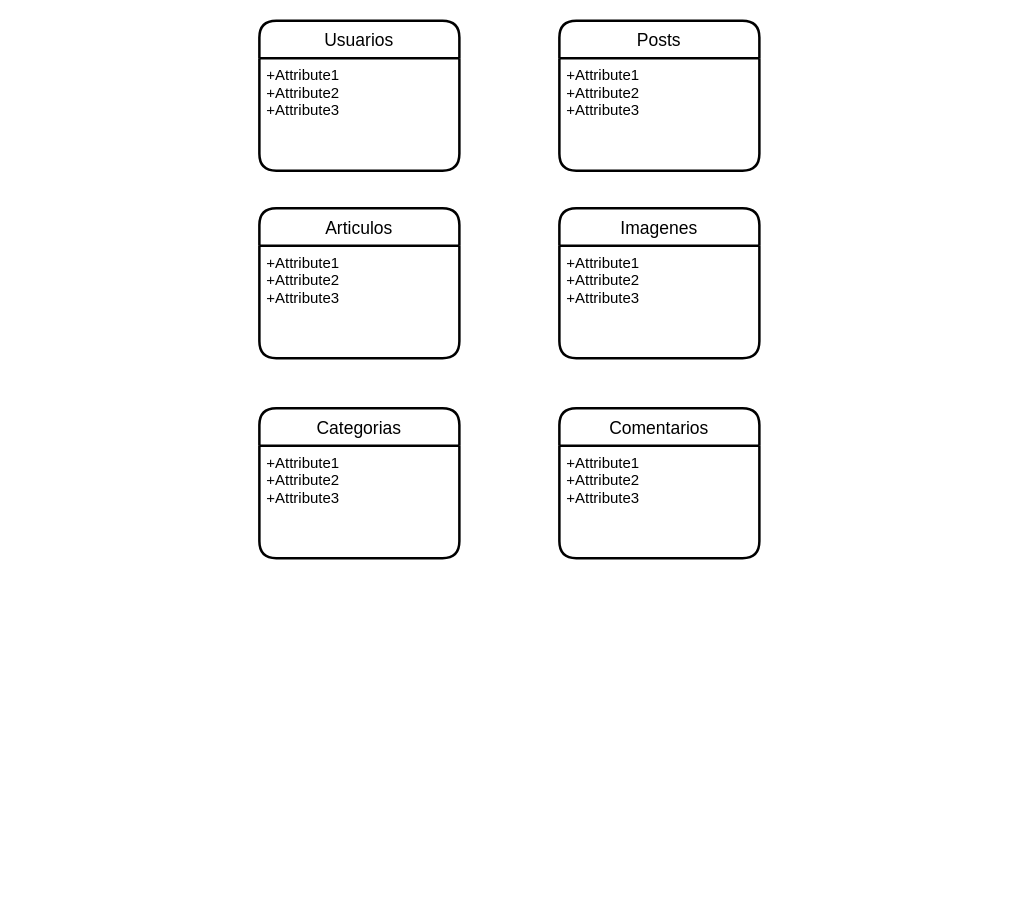
The draw.io diagram Untitled Diagram.drawio in edufdev/BDD, before the edit. Source tidied: cells renumbered, new cells numbered last; positions are measured from the earlier drawing's top-left corner, leaving out a move shared by most shapes. Both pictures are drawn from the tidied source at 125%, with x=0, y=0 at pixel (259, 20).
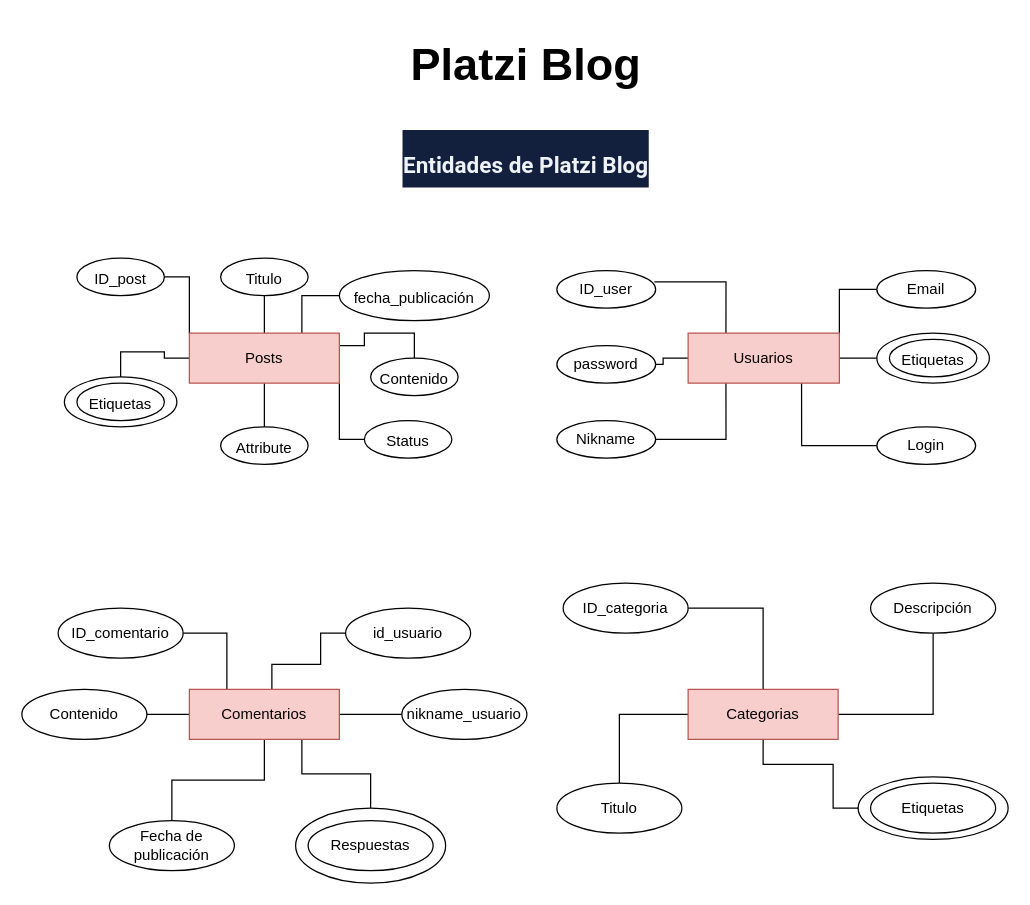
The same page after the edit.

Commit message:
Terminando Entidades de Platzi Blog

The edit, as a diff of the source:
```diff
@@
+    <mxCell id="14" style="edgeStyle=orthogonalEdgeStyle;rounded=0;jettySize=auto;html=1;exitX=0;exitY=0;exitDx=0;exitDy=0;entryX=1;entryY=0.5;entryDx=0;entryDy=0;fontSize=12;endArrow=none;endFill=0;" parent="1" edge="1" source="4" target="36">
+      <mxGeometry relative="1" as="geometry" />
+    </mxCell>
+    <mxCell id="15" style="edgeStyle=orthogonalEdgeStyle;rounded=0;jettySize=auto;html=1;exitX=0.5;exitY=0;exitDx=0;exitDy=0;entryX=0.5;entryY=1;entryDx=0;entryDy=0;fontSize=12;endArrow=none;endFill=0;" parent="1" edge="1" source="4" target="35">
+      <mxGeometry relative="1" as="geometry" />
+    </mxCell>
+    <mxCell id="16" style="edgeStyle=orthogonalEdgeStyle;rounded=0;jettySize=auto;html=1;exitX=0.75;exitY=0;exitDx=0;exitDy=0;entryX=0;entryY=0.5;entryDx=0;entryDy=0;fontSize=12;endArrow=none;endFill=0;" parent="1" edge="1" source="4" target="37">
+      <mxGeometry relative="1" as="geometry" />
+    </mxCell>
+    <mxCell id="17" style="edgeStyle=orthogonalEdgeStyle;rounded=0;jettySize=auto;html=1;exitX=1;exitY=0.25;exitDx=0;exitDy=0;entryX=0.5;entryY=0;entryDx=0;entryDy=0;fontSize=12;endArrow=none;endFill=0;" parent="1" edge="1" source="4" target="38">
+      <mxGeometry relative="1" as="geometry" />
+    </mxCell>
+    <mxCell id="18" style="edgeStyle=orthogonalEdgeStyle;rounded=0;jettySize=auto;html=1;exitX=0.5;exitY=1;exitDx=0;exitDy=0;entryX=0.5;entryY=0;entryDx=0;entryDy=0;fontSize=12;endArrow=none;endFill=0;" parent="1" edge="1" source="4" target="39">
+      <mxGeometry relative="1" as="geometry" />
+    </mxCell>
+    <mxCell id="19" style="edgeStyle=orthogonalEdgeStyle;rounded=0;jettySize=auto;html=1;exitX=1;exitY=1;exitDx=0;exitDy=0;entryX=0;entryY=0.5;entryDx=0;entryDy=0;fontSize=12;endArrow=none;endFill=0;" parent="1" edge="1" source="4" target="40">
+      <mxGeometry relative="1" as="geometry" />
+    </mxCell>
+    <mxCell id="20" style="edgeStyle=orthogonalEdgeStyle;rounded=0;jettySize=auto;html=1;entryX=0.5;entryY=0;entryDx=0;entryDy=0;fontSize=12;endArrow=none;endFill=0;" parent="1" edge="1" source="4" target="42">
+      <mxGeometry relative="1" as="geometry" />
+    </mxCell>
+    <mxCell id="4" value="Posts" style="whiteSpace=wrap;html=1;align=center;fillColor=#f8cecc;strokeColor=#b85450;" parent="1" vertex="1">
+      <mxGeometry x="-56" y="250" width="120" height="40" as="geometry" />
+    </mxCell>
+    <mxCell id="21" style="edgeStyle=orthogonalEdgeStyle;rounded=0;jettySize=auto;html=1;entryX=1;entryY=0.5;entryDx=0;entryDy=0;fontSize=12;endArrow=none;endFill=0;" parent="1" edge="1" source="2" target="46">
+      <mxGeometry relative="1" as="geometry" />
+    </mxCell>
+    <mxCell id="22" style="edgeStyle=orthogonalEdgeStyle;rounded=0;jettySize=auto;html=1;exitX=0.25;exitY=0;exitDx=0;exitDy=0;entryX=0.987;entryY=0.3;entryDx=0;entryDy=0;entryPerimeter=0;fontSize=12;endArrow=none;endFill=0;" parent="1" edge="1" source="2" target="44">
+      <mxGeometry relative="1" as="geometry" />
+    </mxCell>
+    <mxCell id="23" style="edgeStyle=orthogonalEdgeStyle;rounded=0;jettySize=auto;html=1;exitX=0.25;exitY=1;exitDx=0;exitDy=0;entryX=1;entryY=0.5;entryDx=0;entryDy=0;fontSize=12;endArrow=none;endFill=0;" parent="1" edge="1" source="2" target="47">
+      <mxGeometry relative="1" as="geometry" />
+    </mxCell>
+    <mxCell id="24" style="edgeStyle=orthogonalEdgeStyle;rounded=0;jettySize=auto;html=1;exitX=0.75;exitY=1;exitDx=0;exitDy=0;entryX=0;entryY=0.5;entryDx=0;entryDy=0;fontSize=12;endArrow=none;endFill=0;" parent="1" edge="1" source="2" target="48">
+      <mxGeometry relative="1" as="geometry" />
+    </mxCell>
+    <mxCell id="25" style="edgeStyle=orthogonalEdgeStyle;rounded=0;jettySize=auto;html=1;entryX=0;entryY=0.5;entryDx=0;entryDy=0;fontSize=12;endArrow=none;endFill=0;" parent="1" edge="1" source="2" target="50">
+      <mxGeometry relative="1" as="geometry" />
+    </mxCell>
+    <mxCell id="26" style="edgeStyle=orthogonalEdgeStyle;rounded=0;jettySize=auto;html=1;exitX=1;exitY=0;exitDx=0;exitDy=0;entryX=0;entryY=0.5;entryDx=0;entryDy=0;fontSize=12;endArrow=none;endFill=0;" parent="1" edge="1" source="2" target="45">
+      <mxGeometry relative="1" as="geometry" />
+    </mxCell>
-    <mxCell id="2" value="Usuarios" style="swimlane;horizontal=1;startSize=30;rounded=1;fontSize=14;fontStyle=0;strokeWidth=2;shadow=0;dashed=0;align=center;" parent="1" vertex="1">
-      <mxGeometry width="160" height="120" as="geometry" />
+    <mxCell id="2" value="Usuarios" style="whiteSpace=wrap;html=1;align=center;fillColor=#f8cecc;strokeColor=#b85450;" parent="1" vertex="1">
+      <mxGeometry x="343" y="250" width="121" height="40" as="geometry" />
     </mxCell>
-    <mxCell id="3" value="+Attribute1&#10;+Attribute2&#10;+Attribute3" style="align=left;strokeColor=none;fillColor=none;spacingLeft=4;fontSize=12;verticalAlign=top;" parent="2" vertex="1">
-      <mxGeometry y="30" width="160" height="90" as="geometry" />
-    </mxCell>
-    <mxCell id="4" value="Posts" style="swimlane;horizontal=1;startSize=30;rounded=1;fontSize=14;fontStyle=0;strokeWidth=2;shadow=0;dashed=0;align=center;" parent="1" vertex="1">
-      <mxGeometry x="240" width="160" height="120" as="geometry" />
-    </mxCell>
-    <mxCell id="5" value="+Attribute1&#10;+Attribute2&#10;+Attribute3" style="align=left;strokeColor=none;fillColor=none;spacingLeft=4;fontSize=12;verticalAlign=top;" parent="4" vertex="1">
-      <mxGeometry y="30" width="160" height="90" as="geometry" />
-    </mxCell>
-    <mxCell id="6" value="Articulos" style="swimlane;horizontal=1;startSize=30;rounded=1;fontSize=14;fontStyle=0;strokeWidth=2;shadow=0;dashed=0;align=center;" parent="1" vertex="1">
-      <mxGeometry y="150" width="160" height="120" as="geometry" />
-    </mxCell>
-    <mxCell id="7" value="+Attribute1&#10;+Attribute2&#10;+Attribute3" style="align=left;strokeColor=none;fillColor=none;spacingLeft=4;fontSize=12;verticalAlign=top;" parent="6" vertex="1">
-      <mxGeometry y="30" width="160" height="90" as="geometry" />
-    </mxCell>
-    <mxCell id="8" value="Imagenes" style="swimlane;horizontal=1;startSize=30;rounded=1;fontSize=14;fontStyle=0;strokeWidth=2;shadow=0;dashed=0;align=center;" parent="1" vertex="1">
-      <mxGeometry x="240" y="150" width="160" height="120" as="geometry" />
-    </mxCell>
-    <mxCell id="9" value="+Attribute1&#10;+Attribute2&#10;+Attribute3" style="align=left;strokeColor=none;fillColor=none;spacingLeft=4;fontSize=12;verticalAlign=top;" parent="8" vertex="1">
-      <mxGeometry y="30" width="160" height="90" as="geometry" />
-    </mxCell>
+    <mxCell id="27" style="edgeStyle=orthogonalEdgeStyle;rounded=0;jettySize=auto;html=1;entryX=0;entryY=0.5;entryDx=0;entryDy=0;fontSize=12;endArrow=none;endFill=0;" parent="1" edge="1" source="12" target="54">
+      <mxGeometry relative="1" as="geometry">
+        <Array as="points">
+          <mxPoint x="10" y="515" />
+          <mxPoint x="49" y="515" />
+          <mxPoint x="49" y="490" />
+        </Array>
+      </mxGeometry>
+    </mxCell>
+    <mxCell id="28" style="edgeStyle=orthogonalEdgeStyle;rounded=0;jettySize=auto;html=1;exitX=1;exitY=0.5;exitDx=0;exitDy=0;entryX=0;entryY=0.5;entryDx=0;entryDy=0;fontSize=12;endArrow=none;endFill=0;" parent="1" edge="1" source="12" target="55">
+      <mxGeometry relative="1" as="geometry" />
+    </mxCell>
+    <mxCell id="29" style="edgeStyle=orthogonalEdgeStyle;rounded=0;jettySize=auto;html=1;entryX=0.5;entryY=0;entryDx=0;entryDy=0;fontSize=12;endArrow=none;endFill=0;" parent="1" edge="1" source="12" target="56">
+      <mxGeometry relative="1" as="geometry" />
+    </mxCell>
+    <mxCell id="30" style="edgeStyle=orthogonalEdgeStyle;rounded=0;jettySize=auto;html=1;entryX=1;entryY=0.5;entryDx=0;entryDy=0;fontSize=12;endArrow=none;endFill=0;" parent="1" edge="1" source="12" target="53">
+      <mxGeometry relative="1" as="geometry" />
+    </mxCell>
+    <mxCell id="31" style="edgeStyle=orthogonalEdgeStyle;rounded=0;jettySize=auto;html=1;exitX=0.25;exitY=0;exitDx=0;exitDy=0;entryX=1;entryY=0.5;entryDx=0;entryDy=0;fontSize=12;endArrow=none;endFill=0;" parent="1" edge="1" source="12" target="52">
+      <mxGeometry relative="1" as="geometry" />
+    </mxCell>
+    <mxCell id="32" style="edgeStyle=orthogonalEdgeStyle;rounded=0;jettySize=auto;html=1;exitX=0.75;exitY=1;exitDx=0;exitDy=0;entryX=0.5;entryY=0;entryDx=0;entryDy=0;fontSize=12;endArrow=none;endFill=0;" parent="1" edge="1" source="12" target="65">
+      <mxGeometry relative="1" as="geometry" />
+    </mxCell>
+    <mxCell id="12" value="Comentarios" style="whiteSpace=wrap;html=1;align=center;fillColor=#f8cecc;strokeColor=#b85450;" parent="1" vertex="1">
+      <mxGeometry x="-56" y="535" width="120" height="40" as="geometry" />
+    </mxCell>
+    <mxCell id="33" value="&lt;font style=&quot;font-size: 36px&quot;&gt;&lt;b&gt;Platzi Blog&lt;/b&gt;&lt;/font&gt;" style="text;html=1;strokeColor=none;fillColor=none;align=center;verticalAlign=middle;whiteSpace=wrap;rounded=0;" parent="1" vertex="1">
+      <mxGeometry x="103" y="20" width="221" height="30" as="geometry" />
+    </mxCell>
+    <mxCell id="34" value="&lt;h1 style=&quot;margin: 0.67em 0px ; line-height: 2.25rem ; color: rgb(239 , 243 , 248) ; font-family: &amp;#34;roboto&amp;#34; , sans-serif ; background-color: rgb(18 , 31 , 61)&quot;&gt;&lt;font style=&quot;font-size: 18px&quot;&gt;Entidades de Platzi Blog&lt;/font&gt;&lt;/h1&gt;" style="text;html=1;align=center;verticalAlign=middle;whiteSpace=wrap;rounded=0;fontSize=24;" parent="1" vertex="1">
+      <mxGeometry x="108" y="90" width="211" height="40" as="geometry" />
+    </mxCell>
+    <mxCell id="35" value="&lt;font style=&quot;font-size: 12px&quot;&gt;Titulo&lt;/font&gt;" style="ellipse;whiteSpace=wrap;html=1;align=center;fontSize=18;" parent="1" vertex="1">
+      <mxGeometry x="-31" y="190" width="70" height="30" as="geometry" />
+    </mxCell>
+    <mxCell id="36" value="&lt;font style=&quot;font-size: 12px&quot;&gt;ID_post&lt;/font&gt;" style="ellipse;whiteSpace=wrap;html=1;align=center;fontSize=18;" parent="1" vertex="1">
+      <mxGeometry x="-146" y="190" width="70" height="30" as="geometry" />
+    </mxCell>
+    <mxCell id="37" value="&lt;font style=&quot;font-size: 12px&quot;&gt;fecha_publicación&lt;/font&gt;" style="ellipse;whiteSpace=wrap;html=1;align=center;fontSize=18;" parent="1" vertex="1">
+      <mxGeometry x="64" y="200" width="120" height="40" as="geometry" />
+    </mxCell>
+    <mxCell id="38" value="&lt;font style=&quot;font-size: 12px&quot;&gt;Contenido&lt;/font&gt;" style="ellipse;whiteSpace=wrap;html=1;align=center;fontSize=18;" parent="1" vertex="1">
+      <mxGeometry x="89" y="270" width="70" height="30" as="geometry" />
+    </mxCell>
+    <mxCell id="39" value="&lt;font style=&quot;font-size: 12px&quot;&gt;Attribute&lt;/font&gt;" style="ellipse;whiteSpace=wrap;html=1;align=center;fontSize=18;" parent="1" vertex="1">
+      <mxGeometry x="-31" y="325" width="70" height="30" as="geometry" />
+    </mxCell>
+    <mxCell id="40" value="&lt;font style=&quot;font-size: 12px&quot;&gt;Status&lt;/font&gt;" style="ellipse;whiteSpace=wrap;html=1;align=center;fontSize=18;" parent="1" vertex="1">
+      <mxGeometry x="84" y="320" width="70" height="30" as="geometry" />
+    </mxCell>
+    <mxCell id="41" style="group;" parent="1" vertex="1">
+      <mxGeometry x="-156" y="285" width="90" height="40" as="geometry" />
+    </mxCell>
+    <mxCell id="42" style="ellipse;whiteSpace=wrap;html=1;align=center;fontSize=18;" parent="41" vertex="1">
+      <mxGeometry width="90" height="40" as="geometry" />
+    </mxCell>
+    <mxCell id="43" value="&lt;font style=&quot;font-size: 12px&quot;&gt;Etiquetas&lt;/font&gt;" style="ellipse;whiteSpace=wrap;html=1;align=center;fontSize=18;" parent="41" vertex="1">
+      <mxGeometry x="10" y="5" width="70" height="30" as="geometry" />
+    </mxCell>
+    <mxCell id="44" value="ID_user" style="ellipse;whiteSpace=wrap;html=1;align=center;fontSize=12;gradientColor=none;" parent="1" vertex="1">
+      <mxGeometry x="238" y="200" width="79" height="30" as="geometry" />
+    </mxCell>
+    <mxCell id="45" value="Email" style="ellipse;whiteSpace=wrap;html=1;align=center;fontSize=12;gradientColor=none;" parent="1" vertex="1">
+      <mxGeometry x="494" y="200" width="79" height="30" as="geometry" />
+    </mxCell>
+    <mxCell id="46" value="password" style="ellipse;whiteSpace=wrap;html=1;align=center;fontSize=12;gradientColor=none;" parent="1" vertex="1">
+      <mxGeometry x="238" y="260" width="79" height="30" as="geometry" />
+    </mxCell>
+    <mxCell id="47" value="Nikname" style="ellipse;whiteSpace=wrap;html=1;align=center;fontSize=12;gradientColor=none;" parent="1" vertex="1">
+      <mxGeometry x="238" y="320" width="79" height="30" as="geometry" />
+    </mxCell>
+    <mxCell id="48" value="Login" style="ellipse;whiteSpace=wrap;html=1;align=center;fontSize=12;gradientColor=none;" parent="1" vertex="1">
+      <mxGeometry x="494" y="325" width="79" height="30" as="geometry" />
+    </mxCell>
+    <mxCell id="49" style="group;" parent="1" vertex="1">
+      <mxGeometry x="494" y="250" width="90" height="40" as="geometry" />
+    </mxCell>
+    <mxCell id="50" style="ellipse;whiteSpace=wrap;html=1;align=center;fontSize=18;" parent="49" vertex="1">
+      <mxGeometry width="90" height="40" as="geometry" />
+    </mxCell>
+    <mxCell id="51" value="&lt;font style=&quot;font-size: 12px&quot;&gt;Etiquetas&lt;/font&gt;" style="ellipse;whiteSpace=wrap;html=1;align=center;fontSize=18;" parent="49" vertex="1">
+      <mxGeometry x="10" y="5" width="70" height="30" as="geometry" />
+    </mxCell>
+    <mxCell id="52" value="ID_comentario" style="ellipse;whiteSpace=wrap;html=1;align=center;fontSize=12;fillColor=default;gradientColor=none;" parent="1" vertex="1">
+      <mxGeometry x="-161" y="470" width="100" height="40" as="geometry" />
+    </mxCell>
+    <mxCell id="53" value="Contenido" style="ellipse;whiteSpace=wrap;html=1;align=center;fontSize=12;fillColor=default;gradientColor=none;" parent="1" vertex="1">
+      <mxGeometry x="-190" y="535" width="100" height="40" as="geometry" />
+    </mxCell>
+    <mxCell id="54" value="id_usuario" style="ellipse;whiteSpace=wrap;html=1;align=center;fontSize=12;fillColor=default;gradientColor=none;" parent="1" vertex="1">
+      <mxGeometry x="69" y="470" width="100" height="40" as="geometry" />
+    </mxCell>
+    <mxCell id="55" value="nikname_usuario" style="ellipse;whiteSpace=wrap;html=1;align=center;fontSize=12;fillColor=default;gradientColor=none;" parent="1" vertex="1">
+      <mxGeometry x="114" y="535" width="100" height="40" as="geometry" />
+    </mxCell>
+    <mxCell id="56" value="Fecha de publicación" style="ellipse;whiteSpace=wrap;html=1;align=center;fontSize=12;fillColor=default;gradientColor=none;" parent="1" vertex="1">
+      <mxGeometry x="-120" y="640" width="100" height="40" as="geometry" />
+    </mxCell>
+    <mxCell id="57" style="edgeStyle=orthogonalEdgeStyle;rounded=0;jettySize=auto;html=1;entryX=1;entryY=0.5;entryDx=0;entryDy=0;fontSize=12;endArrow=none;endFill=0;" parent="1" edge="1" source="10" target="61">
+      <mxGeometry relative="1" as="geometry" />
+    </mxCell>
+    <mxCell id="58" style="edgeStyle=orthogonalEdgeStyle;rounded=0;jettySize=auto;html=1;entryX=0.5;entryY=0;entryDx=0;entryDy=0;fontSize=12;endArrow=none;endFill=0;" parent="1" edge="1" source="10" target="62">
+      <mxGeometry relative="1" as="geometry" />
+    </mxCell>
+    <mxCell id="59" style="edgeStyle=orthogonalEdgeStyle;rounded=0;jettySize=auto;html=1;entryX=0;entryY=0.5;entryDx=0;entryDy=0;fontSize=12;endArrow=none;endFill=0;" parent="1" edge="1" source="10" target="68">
+      <mxGeometry relative="1" as="geometry">
+        <Array as="points">
+          <mxPoint x="403" y="595" />
+          <mxPoint x="459" y="595" />
+          <mxPoint x="459" y="630" />
+        </Array>
+      </mxGeometry>
+    </mxCell>
+    <mxCell id="60" style="edgeStyle=orthogonalEdgeStyle;rounded=0;jettySize=auto;html=1;entryX=0.5;entryY=1;entryDx=0;entryDy=0;fontSize=12;endArrow=none;endFill=0;" parent="1" edge="1" source="10" target="63">
+      <mxGeometry relative="1" as="geometry" />
+    </mxCell>
-    <mxCell id="10" value="Categorias" style="swimlane;horizontal=1;startSize=30;rounded=1;fontSize=14;fontStyle=0;strokeWidth=2;shadow=0;dashed=0;align=center;" parent="1" vertex="1">
-      <mxGeometry y="310" width="160" height="120" as="geometry" />
+    <mxCell id="10" value="Categorias" style="whiteSpace=wrap;html=1;align=center;fillColor=#f8cecc;strokeColor=#b85450;" parent="1" vertex="1">
+      <mxGeometry x="343" y="535" width="120" height="40" as="geometry" />
     </mxCell>
-    <mxCell id="11" value="+Attribute1&#10;+Attribute2&#10;+Attribute3" style="align=left;strokeColor=none;fillColor=none;spacingLeft=4;fontSize=12;verticalAlign=top;" parent="10" vertex="1">
-      <mxGeometry y="30" width="160" height="90" as="geometry" />
-    </mxCell>
-    <mxCell id="12" value="Comentarios" style="swimlane;horizontal=1;startSize=30;rounded=1;fontSize=14;fontStyle=0;strokeWidth=2;shadow=0;dashed=0;align=center;" parent="1" vertex="1">
-      <mxGeometry x="240" y="310" width="160" height="120" as="geometry" />
-    </mxCell>
-    <mxCell id="13" value="+Attribute1&#10;+Attribute2&#10;+Attribute3" style="align=left;strokeColor=none;fillColor=none;spacingLeft=4;fontSize=12;verticalAlign=top;" parent="12" vertex="1">
-      <mxGeometry y="30" width="160" height="90" as="geometry" />
-    </mxCell>
+    <mxCell id="61" value="ID_categoria" style="ellipse;whiteSpace=wrap;html=1;align=center;fontSize=12;fillColor=default;gradientColor=none;" parent="1" vertex="1">
+      <mxGeometry x="243" y="450" width="100" height="40" as="geometry" />
+    </mxCell>
+    <mxCell id="62" value="Titulo" style="ellipse;whiteSpace=wrap;html=1;align=center;fontSize=12;fillColor=default;gradientColor=none;" parent="1" vertex="1">
+      <mxGeometry x="238" y="610" width="100" height="40" as="geometry" />
+    </mxCell>
+    <mxCell id="63" value="Descripción" style="ellipse;whiteSpace=wrap;html=1;align=center;fontSize=12;fillColor=default;gradientColor=none;" parent="1" vertex="1">
+      <mxGeometry x="489" y="450" width="100" height="40" as="geometry" />
+    </mxCell>
+    <mxCell id="64" style="group;" parent="1" vertex="1">
+      <mxGeometry x="29" y="630" width="120" height="60" as="geometry" />
+    </mxCell>
+    <mxCell id="65" style="ellipse;whiteSpace=wrap;html=1;align=center;fontSize=12;fillColor=default;gradientColor=none;" parent="64" vertex="1">
+      <mxGeometry width="120" height="60" as="geometry" />
+    </mxCell>
+    <mxCell id="66" value="Respuestas" style="ellipse;whiteSpace=wrap;html=1;align=center;fontSize=12;fillColor=default;gradientColor=none;" parent="64" vertex="1">
+      <mxGeometry x="10" y="10" width="100" height="40" as="geometry" />
+    </mxCell>
+    <mxCell id="67" style="group;" parent="1" vertex="1">
+      <mxGeometry x="479" y="605" width="120" height="50" as="geometry" />
+    </mxCell>
+    <mxCell id="68" style="ellipse;whiteSpace=wrap;html=1;align=center;fontSize=12;fillColor=default;gradientColor=none;" parent="67" vertex="1">
+      <mxGeometry width="120" height="50" as="geometry" />
+    </mxCell>
+    <mxCell id="69" value="Etiquetas" style="ellipse;whiteSpace=wrap;html=1;align=center;fontSize=12;fillColor=default;gradientColor=none;" parent="67" vertex="1">
+      <mxGeometry x="10" y="5" width="100" height="40" as="geometry" />
+    </mxCell>
```
